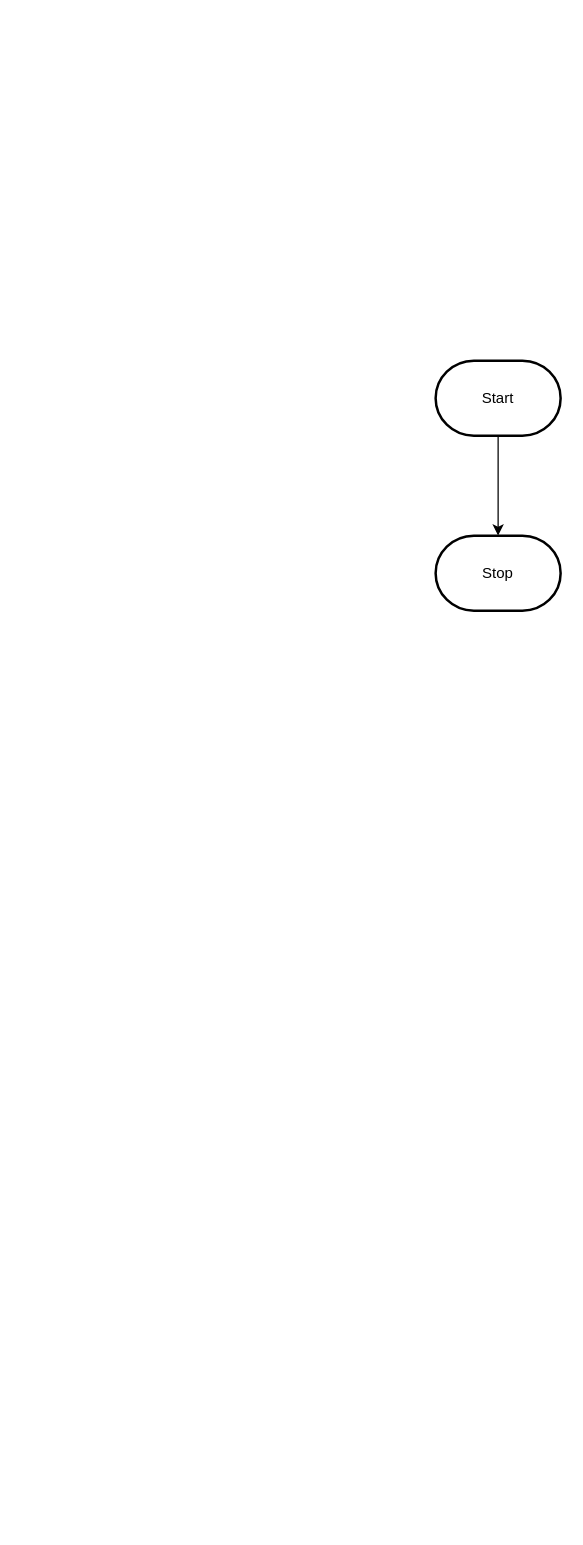
This is design/flowchart.drawio from MTHS-ICD2O-1-2023/ICD2O-Unit-5-02-George-Khalil-29, a draw.io file, before an edit. Source tidied: cells renumbered, new cells numbered last; positions are measured from the earlier drawing's top-left corner, leaving out a move shared by most shapes. Both pictures are drawn from the tidied source at 125%, with x=0, y=0 at pixel (435, 360).
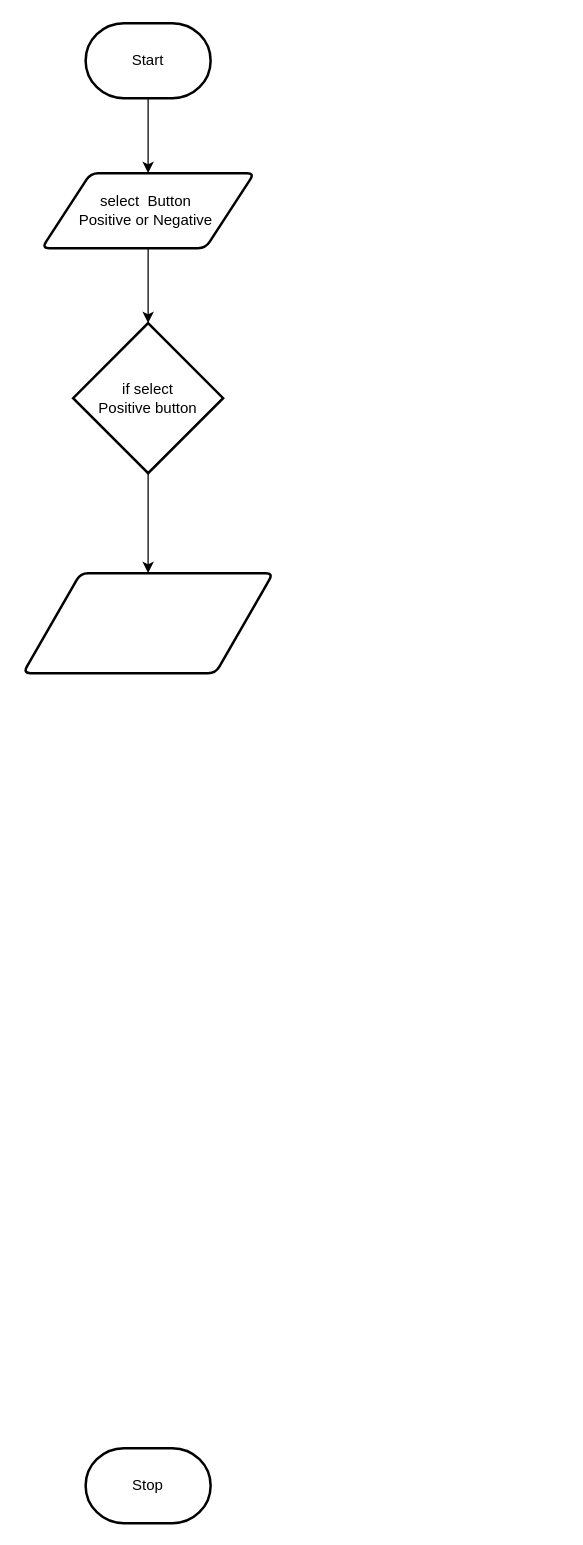
Above is the later version.

Diff of the diagram source:
```diff
@@
 <mxGraphModel>
   <root>
     <mxCell id="0" />
     <mxCell id="1" parent="0" />
-    <mxCell id="2" style="edgeStyle=orthogonalEdgeStyle;html=1;rounded=0;" parent="1" edge="1" source="3" target="4">
-      <mxGeometry relative="1" as="geometry" />
-    </mxCell>
+    <mxCell id="5" style="edgeStyle=none;html=1;" parent="1" edge="1" source="3" target="2">
+      <mxGeometry relative="1" as="geometry" />
+    </mxCell>
     <mxCell id="3" value="Start" style="strokeWidth=2;html=1;shape=mxgraph.flowchart.terminator;whiteSpace=wrap;" parent="1" vertex="1">
-      <mxGeometry width="100" height="60" as="geometry" />
+      <mxGeometry x="-280" y="-270" width="100" height="60" as="geometry" />
     </mxCell>
     <mxCell id="4" value="Stop" style="strokeWidth=2;html=1;shape=mxgraph.flowchart.terminator;whiteSpace=wrap;" parent="1" vertex="1">
-      <mxGeometry y="140" width="100" height="60" as="geometry" />
+      <mxGeometry x="-280" y="870" width="100" height="60" as="geometry" />
     </mxCell>
+    <mxCell id="6" style="edgeStyle=none;html=1;" parent="1" edge="1" source="2" target="8">
+      <mxGeometry relative="1" as="geometry" />
+    </mxCell>
+    <mxCell id="2" value="select&amp;nbsp; Button&amp;nbsp;&lt;br&gt;Positive or Negative&amp;nbsp;" style="shape=parallelogram;html=1;strokeWidth=2;perimeter=parallelogramPerimeter;whiteSpace=wrap;rounded=1;arcSize=12;size=0.23;" parent="1" vertex="1">
+      <mxGeometry x="-315" y="-150" width="170" height="60" as="geometry" />
+    </mxCell>
+    <mxCell id="7" style="edgeStyle=none;html=1;" parent="1" edge="1" source="8" target="9">
+      <mxGeometry relative="1" as="geometry" />
+    </mxCell>
+    <mxCell id="8" value="if select&lt;br&gt;&amp;nbsp;Positive button&amp;nbsp;" style="strokeWidth=2;html=1;shape=mxgraph.flowchart.decision;whiteSpace=wrap;" parent="1" vertex="1">
+      <mxGeometry x="-290" y="-30" width="120" height="120" as="geometry" />
+    </mxCell>
+    <mxCell id="9" style="shape=parallelogram;html=1;strokeWidth=2;perimeter=parallelogramPerimeter;whiteSpace=wrap;rounded=1;arcSize=12;size=0.23;" parent="1" vertex="1">
+      <mxGeometry x="-330" y="170" width="200" height="80" as="geometry" />
+    </mxCell>
   </root>
 </mxGraphModel>
```
